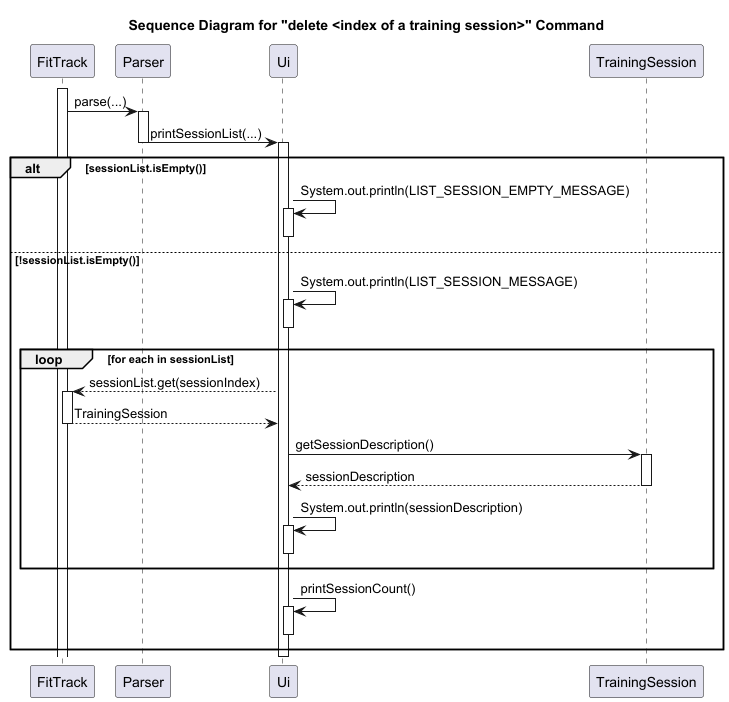
nus-cs2113-AY2425S1/tp keeps this PlantUML diagram as docs/Images/Sequence_ListTrainingSessions.png. Above is the earlier version.
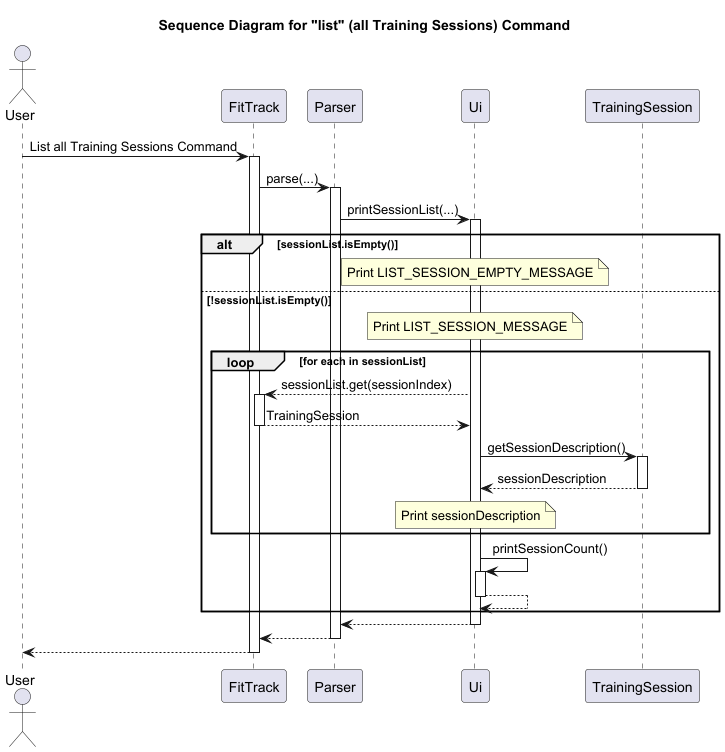
The same diagram one commit later.

Change to the diagram source:
```diff
@@ -1,28 +1,28 @@
 @startuml
-title Sequence Diagram for "delete <index of a training session>" Command
+title Sequence Diagram for "list" (all Training Sessions) Command
 
+actor User
 participant FitTrack
 participant Parser
 participant Ui
 participant TrainingSession
 
-
+User -> FitTrack: List all Training Sessions Command
 activate FitTrack
 FitTrack -> Parser: parse(...)
 activate Parser
 Parser -> Ui: printSessionList(...)
-deactivate Parser
 
 activate Ui
 
 alt sessionList.isEmpty()
-    Ui -> Ui: System.out.println(LIST_SESSION_EMPTY_MESSAGE)
-    activate Ui
-    deactivate Ui
+    note over Ui
+        Print LIST_SESSION_EMPTY_MESSAGE
+    end note
 else !sessionList.isEmpty()
-    Ui -> Ui: System.out.println(LIST_SESSION_MESSAGE)
-    activate Ui
-    deactivate Ui
+    note over Ui
+        Print LIST_SESSION_MESSAGE
+    end note
     loop for each in sessionList
         Ui --> FitTrack: sessionList.get(sessionIndex)
         activate FitTrack
@@ -34,14 +34,20 @@
         TrainingSession --> Ui: sessionDescription
         deactivate TrainingSession
 
-        Ui -> Ui: System.out.println(sessionDescription)
-        activate Ui
-        deactivate Ui
+        note over Ui
+            Print sessionDescription
+        end note
     end
     Ui -> Ui: printSessionCount()
     activate Ui
+    Ui --> Ui
     deactivate Ui
 end
+Ui --> Parser
 deactivate Ui
+Parser --> FitTrack
+deactivate Parser
+FitTrack --> User
+deactivate FitTrack
 
 @enduml
```
